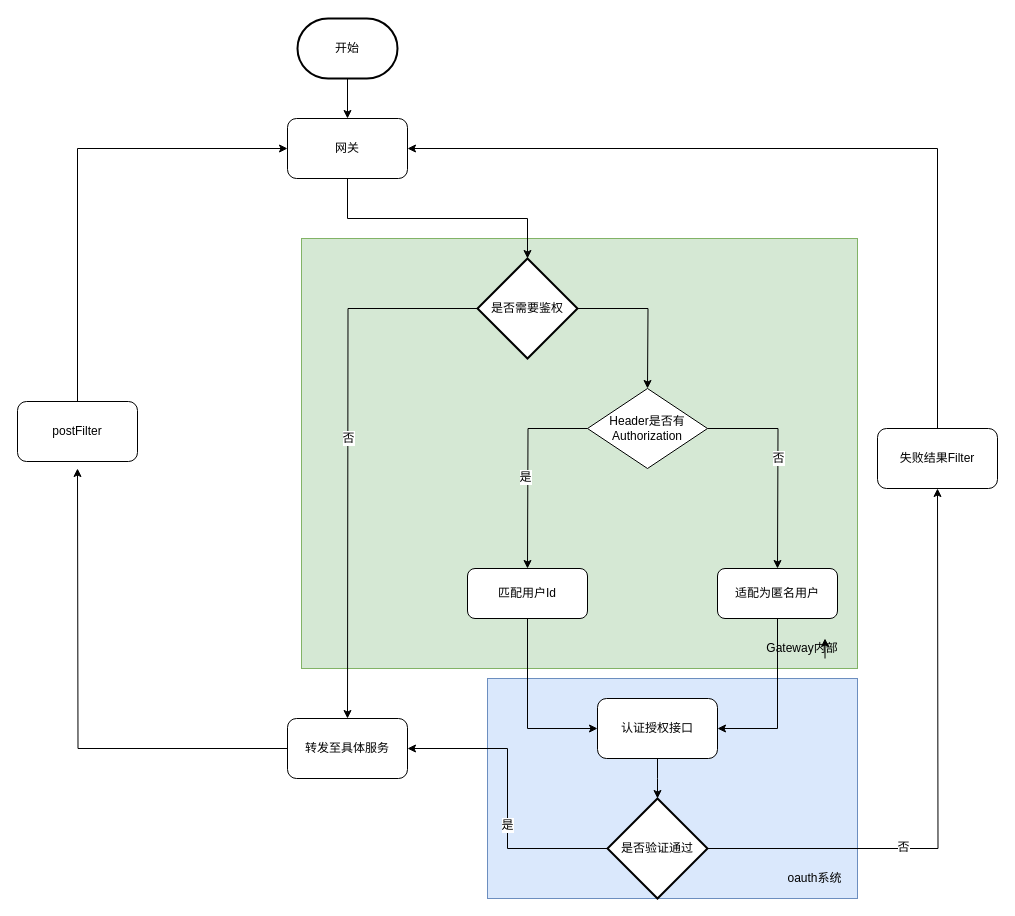
Above: 2019/OAuth2.0 Token方案.drawio in Godricm/BuDingDesign (draw.io), before the change. Source tidied: cells renumbered, new cells numbered last; positions are measured from the earlier drawing's top-left corner, leaving out a move shared by most shapes. Both pictures are drawn from the tidied source at 100%, with x=0, y=0 at pixel (17, 18).
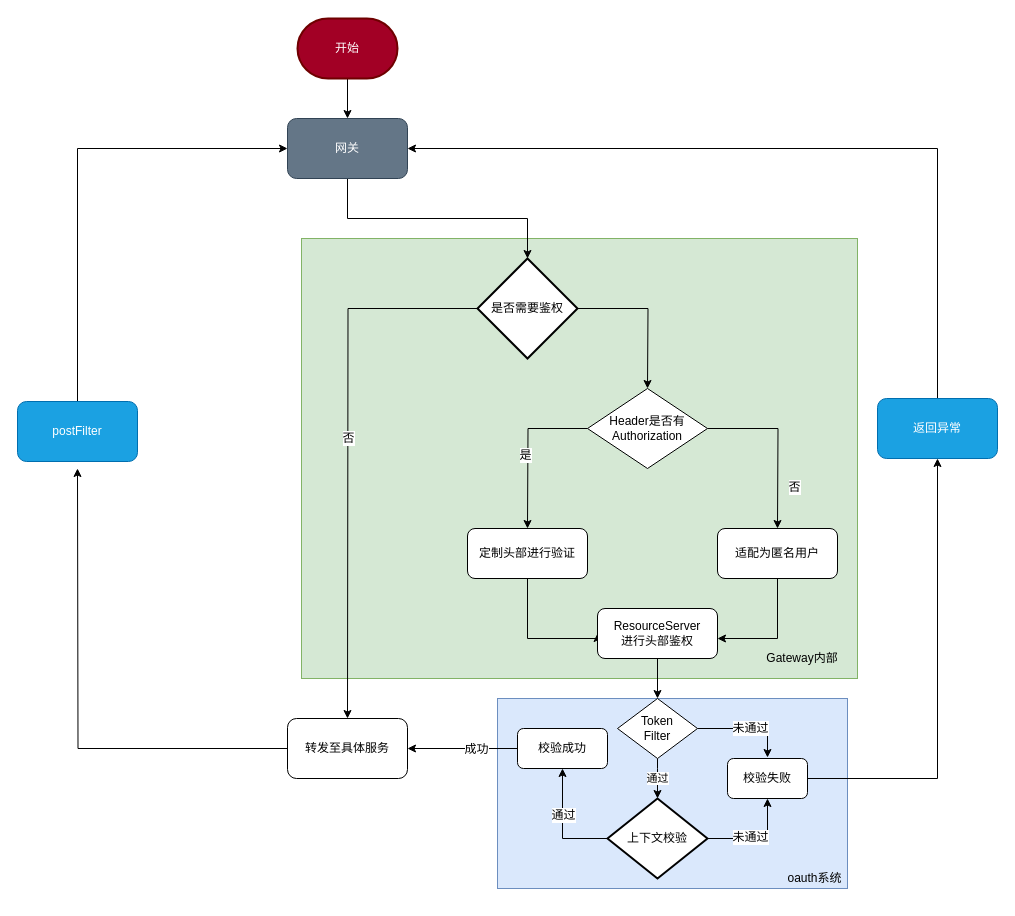
The same page after the edit.

The change refers to these unchanged cells:
```xml
<mxCell id="16" value="Header是否有&lt;br&gt;Authorization&lt;br&gt;" style="rhombus;whiteSpace=wrap;html=1;" parent="1" vertex="1">
  <mxGeometry x="570" y="370" width="120" height="80" as="geometry" />
</mxCell>
<mxCell id="18" value="转发至具体服务" style="rounded=1;whiteSpace=wrap;html=1;" parent="1" vertex="1">
  <mxGeometry x="270" y="700" width="120" height="60" as="geometry" />
</mxCell>
```

Change to the diagram source:
```diff
@@
     <mxCell id="2" style="rounded=0;whiteSpace=wrap;html=1;fillColor=#dae8fc;strokeColor=#6c8ebf;" parent="1" vertex="1">
-      <mxGeometry x="470" y="660" width="370" height="220" as="geometry" />
+      <mxGeometry x="480" y="680" width="350" height="190" as="geometry" />
     </mxCell>
     <mxCell id="3" style="rounded=0;whiteSpace=wrap;html=1;labelPosition=right;verticalLabelPosition=bottom;align=left;verticalAlign=top;fillColor=#d5e8d4;strokeColor=#82b366;" parent="1" vertex="1">
-      <mxGeometry x="284" y="220" width="556" height="430" as="geometry" />
+      <mxGeometry x="284" y="220" width="556" height="440" as="geometry" />
     </mxCell>
@@
-    <mxCell id="5" value="开始" style="strokeWidth=2;html=1;shape=mxgraph.flowchart.terminator;whiteSpace=wrap;" parent="1" vertex="1">
+    <mxCell id="5" value="开始" style="strokeWidth=2;html=1;shape=mxgraph.flowchart.terminator;whiteSpace=wrap;fillColor=#a20025;strokeColor=#6F0000;fontColor=#ffffff;" parent="1" vertex="1">
       <mxGeometry x="280" width="100" height="60" as="geometry" />
     </mxCell>
@@
-    <mxCell id="7" value="网关" style="rounded=1;whiteSpace=wrap;html=1;" parent="1" vertex="1">
+    <mxCell id="7" value="网关" style="rounded=1;whiteSpace=wrap;html=1;fillColor=#647687;strokeColor=#314354;fontColor=#ffffff;" parent="1" vertex="1">
       <mxGeometry x="270" y="100" width="120" height="60" as="geometry" />
     </mxCell>
@@
     <mxCell id="12" style="edgeStyle=orthogonalEdgeStyle;rounded=0;jettySize=auto;html=1;" parent="1" edge="1" source="16">
       <mxGeometry relative="1" as="geometry">
-        <mxPoint x="760" y="550" as="targetPoint" />
+        <mxPoint x="760" y="510" as="targetPoint" />
       </mxGeometry>
     </mxCell>
@@
     <mxCell id="14" style="edgeStyle=orthogonalEdgeStyle;rounded=0;jettySize=auto;html=1;" parent="1" edge="1" source="16">
       <mxGeometry relative="1" as="geometry">
-        <mxPoint x="510" y="550" as="targetPoint" />
+        <mxPoint x="510" y="510" as="targetPoint" />
       </mxGeometry>
     </mxCell>
@@
-    <mxCell id="20" value="postFilter" style="rounded=1;whiteSpace=wrap;html=1;" parent="1" vertex="1">
+    <mxCell id="20" value="postFilter" style="rounded=1;whiteSpace=wrap;html=1;fillColor=#1ba1e2;strokeColor=#006EAF;fontColor=#ffffff;" parent="1" vertex="1">
       <mxGeometry y="383" width="120" height="60" as="geometry" />
     </mxCell>
-    <mxCell id="21" style="edgeStyle=orthogonalEdgeStyle;rounded=0;jettySize=auto;html=1;entryX=1;entryY=0.5;entryDx=0;entryDy=0;" parent="1" edge="1" source="22" target="27">
+    <mxCell id="21" style="edgeStyle=orthogonalEdgeStyle;rounded=0;jettySize=auto;html=1;" parent="1" edge="1" source="22">
       <mxGeometry relative="1" as="geometry">
+        <mxPoint x="700" y="620" as="targetPoint" />
         <Array as="points">
-          <mxPoint x="760" y="710" />
+          <mxPoint x="760" y="620" />
+          <mxPoint x="700" y="620" />
         </Array>
       </mxGeometry>
     </mxCell>
     <mxCell id="22" value="适配为匿名用户" style="rounded=1;whiteSpace=wrap;html=1;" parent="1" vertex="1">
-      <mxGeometry x="700" y="550" width="120" height="50" as="geometry" />
+      <mxGeometry x="700" y="510" width="120" height="50" as="geometry" />
     </mxCell>
-    <mxCell id="23" style="edgeStyle=orthogonalEdgeStyle;rounded=0;jettySize=auto;html=1;entryX=0;entryY=0.5;entryDx=0;entryDy=0;" parent="1" edge="1" source="24" target="27">
-      <mxGeometry relative="1" as="geometry">
-        <Array as="points">
-          <mxPoint x="510" y="710" />
-        </Array>
-      </mxGeometry>
-    </mxCell>
+    <mxCell id="37" style="edgeStyle=orthogonalEdgeStyle;rounded=0;jettySize=auto;html=1;entryX=0;entryY=0.5;entryDx=0;entryDy=0;" parent="1" edge="1" source="24" target="43">
+      <mxGeometry relative="1" as="geometry">
+        <Array as="points">
+          <mxPoint x="510" y="620" />
+        </Array>
+      </mxGeometry>
+    </mxCell>
-    <mxCell id="24" value="匹配用户Id" style="rounded=1;whiteSpace=wrap;html=1;" parent="1" vertex="1">
-      <mxGeometry x="450" y="550" width="120" height="50" as="geometry" />
+    <mxCell id="24" value="定制头部进行验证" style="rounded=1;whiteSpace=wrap;html=1;" parent="1" vertex="1">
+      <mxGeometry x="450" y="510" width="120" height="50" as="geometry" />
     </mxCell>
     <mxCell id="25" value="Gateway内部" style="text;html=1;strokeColor=none;fillColor=none;align=center;verticalAlign=middle;whiteSpace=wrap;rounded=0;" parent="1" vertex="1">
-      <mxGeometry x="740" y="620" width="90" height="20" as="geometry" />
+      <mxGeometry x="740" y="630" width="90" height="20" as="geometry" />
     </mxCell>
-    <mxCell id="26" style="edgeStyle=orthogonalEdgeStyle;rounded=0;jettySize=auto;html=1;exitX=0.5;exitY=1;exitDx=0;exitDy=0;" parent="1" edge="1" source="27">
+    <mxCell id="26" value="通过" style="edgeStyle=orthogonalEdgeStyle;rounded=0;orthogonalLoop=1;jettySize=auto;html=1;exitX=0.5;exitY=1;exitDx=0;exitDy=0;" parent="1" edge="1">
       <mxGeometry relative="1" as="geometry">
+        <mxPoint x="640" y="740" as="sourcePoint" />
         <mxPoint x="640" y="780" as="targetPoint" />
+        <Array as="points">
+          <mxPoint x="640" y="750" />
+          <mxPoint x="640" y="750" />
+        </Array>
       </mxGeometry>
     </mxCell>
-    <mxCell id="27" value="认证授权接口" style="rounded=1;whiteSpace=wrap;html=1;" parent="1" vertex="1">
-      <mxGeometry x="580" y="680" width="120" height="60" as="geometry" />
-    </mxCell>
-    <mxCell id="28" style="edgeStyle=orthogonalEdgeStyle;rounded=0;jettySize=auto;html=1;exitX=0;exitY=0.5;exitDx=0;exitDy=0;exitPerimeter=0;entryX=1;entryY=0.5;entryDx=0;entryDy=0;" parent="1" edge="1" source="32" target="18">
-      <mxGeometry relative="1" as="geometry" />
-    </mxCell>
-    <mxCell id="29" value="是" style="text;html=1;align=center;verticalAlign=middle;labelBackgroundColor=#ffffff;" parent="28" vertex="1">
-      <mxGeometry x="-0.33" y="-24" relative="1" as="geometry">
-        <mxPoint x="-25" y="-24" as="offset" />
-      </mxGeometry>
-    </mxCell>
-    <mxCell id="30" style="edgeStyle=orthogonalEdgeStyle;rounded=0;jettySize=auto;html=1;" parent="1" edge="1" source="32">
-      <mxGeometry relative="1" as="geometry">
-        <mxPoint x="920" y="470" as="targetPoint" />
-      </mxGeometry>
-    </mxCell>
-    <mxCell id="31" value="否" style="text;html=1;align=center;verticalAlign=middle;labelBackgroundColor=#ffffff;" parent="30" vertex="1">
-      <mxGeometry x="-0.34" y="2" relative="1" as="geometry" />
-    </mxCell>
+    <mxCell id="38" style="edgeStyle=orthogonalEdgeStyle;rounded=0;jettySize=auto;html=1;entryX=0.5;entryY=1;entryDx=0;entryDy=0;" parent="1" edge="1" source="32" target="48">
+      <mxGeometry relative="1" as="geometry" />
+    </mxCell>
+    <mxCell id="39" value="未通过" style="text;html=1;align=center;verticalAlign=middle;labelBackgroundColor=#ffffff;" parent="38" vertex="1">
+      <mxGeometry x="-0.16" y="2" relative="1" as="geometry" />
+    </mxCell>
+    <mxCell id="40" style="edgeStyle=orthogonalEdgeStyle;rounded=0;jettySize=auto;html=1;entryX=0.5;entryY=1;entryDx=0;entryDy=0;" parent="1" edge="1" source="32" target="51">
+      <mxGeometry relative="1" as="geometry">
+        <Array as="points">
+          <mxPoint x="545" y="820" />
+        </Array>
+      </mxGeometry>
+    </mxCell>
+    <mxCell id="41" value="通过" style="text;html=1;align=center;verticalAlign=middle;labelBackgroundColor=#ffffff;" parent="40" vertex="1">
+      <mxGeometry x="0.06" y="-8" relative="1" as="geometry">
+        <mxPoint x="-8" y="-8" as="offset" />
+      </mxGeometry>
+    </mxCell>
-    <mxCell id="32" value="是否验证通过" style="strokeWidth=2;html=1;shape=mxgraph.flowchart.decision;whiteSpace=wrap;" parent="1" vertex="1">
-      <mxGeometry x="590" y="780" width="100" height="100" as="geometry" />
+    <mxCell id="32" value="上下文校验" style="strokeWidth=2;html=1;shape=mxgraph.flowchart.decision;whiteSpace=wrap;" parent="1" vertex="1">
+      <mxGeometry x="590" y="780" width="100" height="80" as="geometry" />
     </mxCell>
@@
-    <mxCell id="34" value="失败结果Filter" style="rounded=1;whiteSpace=wrap;html=1;" parent="1" vertex="1">
-      <mxGeometry x="860" y="410" width="120" height="60" as="geometry" />
+    <mxCell id="34" value="返回异常" style="rounded=1;whiteSpace=wrap;html=1;fillColor=#1ba1e2;strokeColor=#006EAF;fontColor=#ffffff;" parent="1" vertex="1">
+      <mxGeometry x="860" y="380" width="120" height="60" as="geometry" />
     </mxCell>
-    <mxCell id="35" style="edgeStyle=orthogonalEdgeStyle;rounded=0;orthogonalLoop=1;jettySize=auto;html=1;exitX=0.75;exitY=1;exitDx=0;exitDy=0;entryX=0.75;entryY=0;entryDx=0;entryDy=0;" parent="1" edge="1" source="25" target="25">
-      <mxGeometry relative="1" as="geometry" />
-    </mxCell>
@@
+    <mxCell id="42" style="edgeStyle=orthogonalEdgeStyle;rounded=0;jettySize=auto;html=1;" parent="1" edge="1" source="43" target="46">
+      <mxGeometry relative="1" as="geometry" />
+    </mxCell>
+    <mxCell id="43" value="ResourceServer&lt;br&gt;进行头部鉴权&lt;br&gt;" style="rounded=1;whiteSpace=wrap;html=1;" parent="1" vertex="1">
+      <mxGeometry x="580" y="590" width="120" height="50" as="geometry" />
+    </mxCell>
+    <mxCell id="44" style="edgeStyle=orthogonalEdgeStyle;rounded=0;jettySize=auto;html=1;" parent="1" edge="1" source="46">
+      <mxGeometry relative="1" as="geometry">
+        <mxPoint x="750" y="739" as="targetPoint" />
+        <Array as="points">
+          <mxPoint x="750" y="710" />
+        </Array>
+      </mxGeometry>
+    </mxCell>
+    <mxCell id="45" value="未通过" style="text;html=1;align=center;verticalAlign=middle;labelBackgroundColor=#ffffff;" parent="44" vertex="1">
+      <mxGeometry x="0.05" y="1" relative="1" as="geometry" />
+    </mxCell>
+    <mxCell id="46" value="Token&lt;br&gt;Filter&lt;br&gt;" style="rhombus;whiteSpace=wrap;html=1;" parent="1" vertex="1">
+      <mxGeometry x="600" y="680" width="80" height="60" as="geometry" />
+    </mxCell>
+    <mxCell id="47" style="edgeStyle=orthogonalEdgeStyle;rounded=0;jettySize=auto;html=1;entryX=0.5;entryY=1;entryDx=0;entryDy=0;" parent="1" edge="1" source="48" target="34">
+      <mxGeometry relative="1" as="geometry" />
+    </mxCell>
+    <mxCell id="48" value="校验失败" style="rounded=1;whiteSpace=wrap;html=1;" parent="1" vertex="1">
+      <mxGeometry x="710" y="740" width="80" height="40" as="geometry" />
+    </mxCell>
+    <mxCell id="49" style="edgeStyle=orthogonalEdgeStyle;rounded=0;jettySize=auto;html=1;entryX=1;entryY=0.5;entryDx=0;entryDy=0;" parent="1" edge="1" source="51" target="18">
+      <mxGeometry relative="1" as="geometry" />
+    </mxCell>
+    <mxCell id="50" value="成功" style="text;html=1;align=center;verticalAlign=middle;labelBackgroundColor=#ffffff;" parent="49" vertex="1">
+      <mxGeometry x="-0.24" relative="1" as="geometry" />
+    </mxCell>
+    <mxCell id="51" value="校验成功" style="rounded=1;whiteSpace=wrap;html=1;" parent="1" vertex="1">
+      <mxGeometry x="500" y="710" width="90" height="40" as="geometry" />
+    </mxCell>
```
